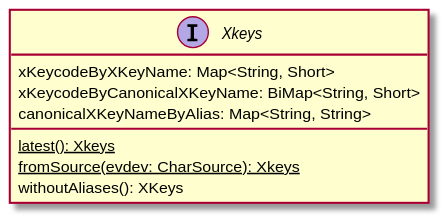
oliviercailloux/Keyboardd keeps this PlantUML diagram as XKeys.svg. Above is the earlier version. Source of this version:
```plantuml
@startuml XKeys

interface "Xkeys" {
  {static} latest(): Xkeys
  {static} fromSource(evdev: CharSource): Xkeys
  xKeycodeByXKeyName: Map<String, Short>
  xKeycodeByCanonicalXKeyName: BiMap<String, Short>
  canonicalXKeyNameByAlias: Map<String, String>
  withoutAliases(): XKeys
}

@enduml
```
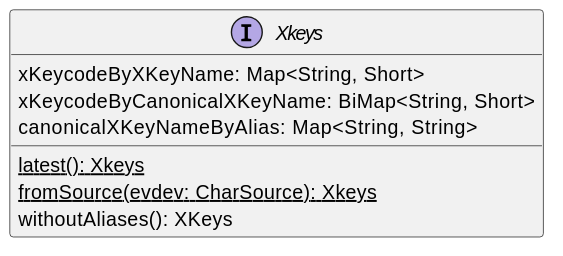
Later version of the same file.

What changed in the source:
```diff
@@ -1,5 +1,4 @@
-@startuml XKeys
-
+@startuml
 interface "Xkeys" {
   {static} latest(): Xkeys
   {static} fromSource(evdev: CharSource): Xkeys
@@ -8,5 +7,4 @@
   canonicalXKeyNameByAlias: Map<String, String>
   withoutAliases(): XKeys
 }
-
 @enduml
```
